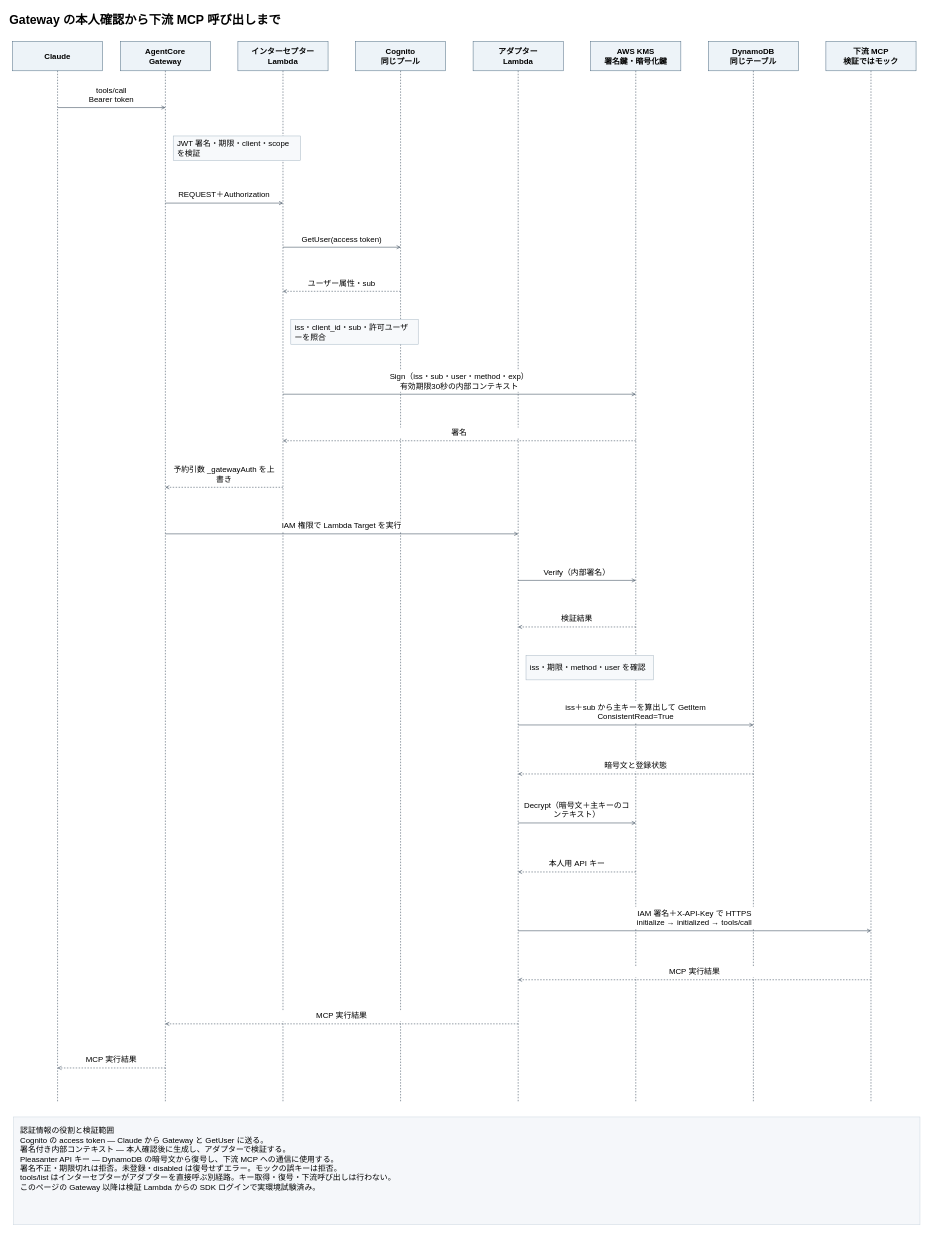
Earlier version of the draw.io diagram page "runtime" (2 of 2) of docs/images/gateway-auth-sequence.drawio (aToy0m0/probe_agentcore-pleasanter-mcp_dynamo). Source tidied: cells renumbered, new cells numbered last; positions are measured from the earlier drawing's top-left corner, leaving out a move shared by most shapes. Both pictures are drawn from the tidied source at 49%, with x=0, y=0 at pixel (8, 8).
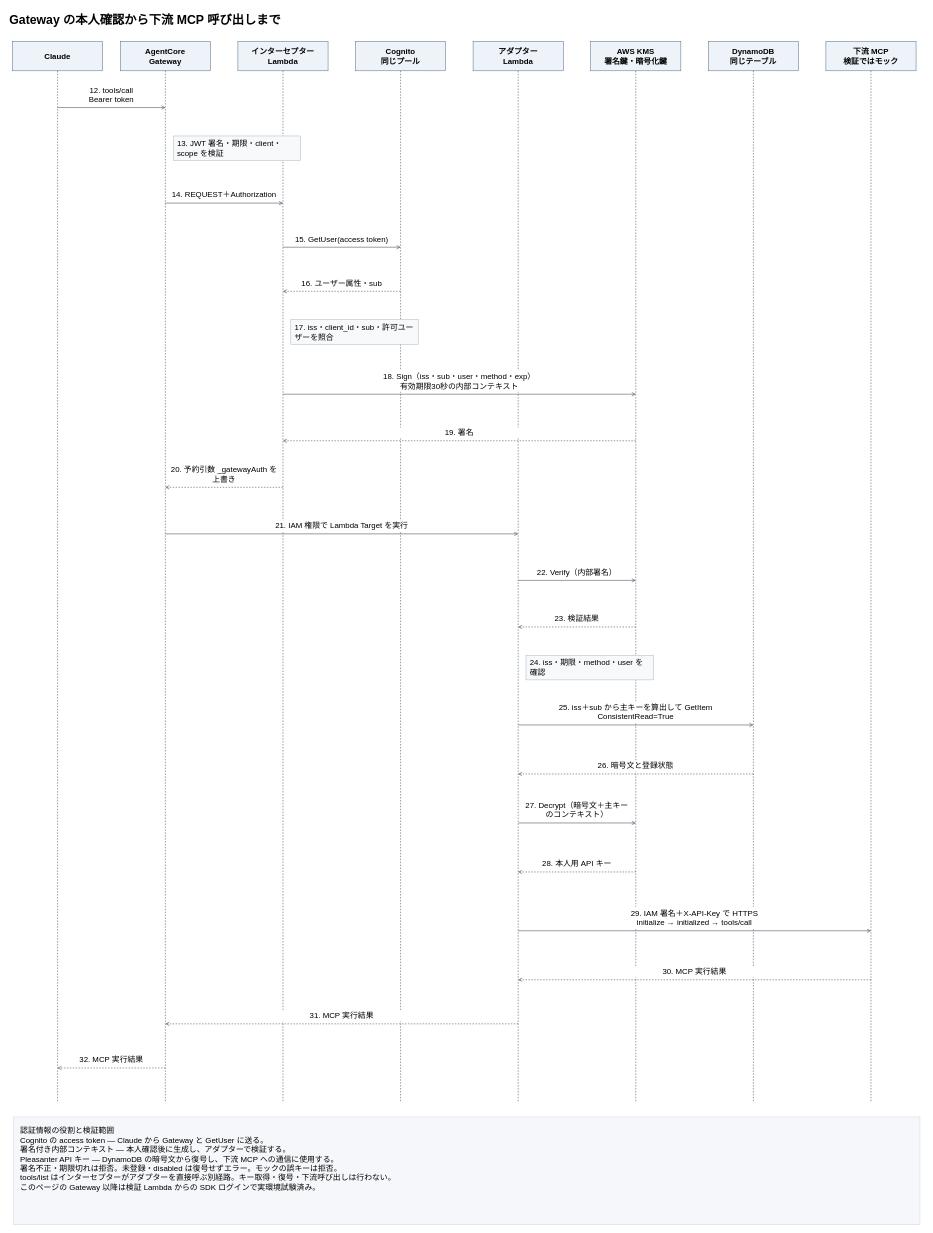
The same diagram, later.

Change to the diagram source:
```diff
@@
-    <mxCell id="20" value="tools/call&#10;Bearer token" style="fontFamily=Yu Gothic;fontSize=16;html=0;whiteSpace=wrap;strokeColor=none;fillColor=#FFFFFF;align=center;verticalAlign=bottom;" parent="1" vertex="1">
+    <mxCell id="20" value="12. tools/call&#10;Bearer token" style="fontFamily=Yu Gothic;fontSize=16;html=0;whiteSpace=wrap;strokeColor=none;fillColor=#FFFFFF;align=center;verticalAlign=bottom;" parent="1" vertex="1">
       <mxGeometry x="110" y="153" width="200" height="44" as="geometry" />
     </mxCell>
-    <mxCell id="21" value="JWT 署名・期限・client・scope を検証" style="fontFamily=Yu Gothic;fontSize=16;html=0;whiteSpace=wrap;rounded=0;strokeColor=#A5B5C3;fillColor=#F7F9FB;align=left;spacing=8;" parent="1" vertex="1">
+    <mxCell id="21" value="13. JWT 署名・期限・client・scope を検証" style="fontFamily=Yu Gothic;fontSize=16;html=0;whiteSpace=wrap;rounded=0;strokeColor=#A5B5C3;fillColor=#F7F9FB;align=left;spacing=8;" parent="1" vertex="1">
       <mxGeometry x="336" y="260" width="260" height="50" as="geometry" />
     </mxCell>
@@
-    <mxCell id="23" value="REQUEST＋Authorization" style="fontFamily=Yu Gothic;fontSize=16;html=0;whiteSpace=wrap;strokeColor=none;fillColor=#FFFFFF;align=center;verticalAlign=bottom;" parent="1" vertex="1">
+    <mxCell id="23" value="14. REQUEST＋Authorization" style="fontFamily=Yu Gothic;fontSize=16;html=0;whiteSpace=wrap;strokeColor=none;fillColor=#FFFFFF;align=center;verticalAlign=bottom;" parent="1" vertex="1">
       <mxGeometry x="330" y="370" width="220" height="22" as="geometry" />
     </mxCell>
@@
-    <mxCell id="25" value="GetUser(access token)" style="fontFamily=Yu Gothic;fontSize=16;html=0;whiteSpace=wrap;strokeColor=none;fillColor=#FFFFFF;align=center;verticalAlign=bottom;" parent="1" vertex="1">
+    <mxCell id="25" value="15. GetUser(access token)" style="fontFamily=Yu Gothic;fontSize=16;html=0;whiteSpace=wrap;strokeColor=none;fillColor=#FFFFFF;align=center;verticalAlign=bottom;" parent="1" vertex="1">
       <mxGeometry x="570" y="460" width="220" height="22" as="geometry" />
     </mxCell>
@@
-    <mxCell id="27" value="ユーザー属性・sub" style="fontFamily=Yu Gothic;fontSize=16;html=0;whiteSpace=wrap;strokeColor=none;fillColor=#FFFFFF;align=center;verticalAlign=bottom;" parent="1" vertex="1">
+    <mxCell id="27" value="16. ユーザー属性・sub" style="fontFamily=Yu Gothic;fontSize=16;html=0;whiteSpace=wrap;strokeColor=none;fillColor=#FFFFFF;align=center;verticalAlign=bottom;" parent="1" vertex="1">
       <mxGeometry x="570" y="550" width="220" height="22" as="geometry" />
     </mxCell>
-    <mxCell id="28" value="iss・client_id・sub・許可ユーザーを照合" style="fontFamily=Yu Gothic;fontSize=16;html=0;whiteSpace=wrap;rounded=0;strokeColor=#A5B5C3;fillColor=#F7F9FB;align=left;spacing=8;" parent="1" vertex="1">
+    <mxCell id="28" value="17. iss・client_id・sub・許可ユーザーを照合" style="fontFamily=Yu Gothic;fontSize=16;html=0;whiteSpace=wrap;rounded=0;strokeColor=#A5B5C3;fillColor=#F7F9FB;align=left;spacing=8;" parent="1" vertex="1">
       <mxGeometry x="576" y="635" width="260" height="50" as="geometry" />
     </mxCell>
@@
-    <mxCell id="30" value="Sign（iss・sub・user・method・exp）&#10;有効期限30秒の内部コンテキスト" style="fontFamily=Yu Gothic;fontSize=16;html=0;whiteSpace=wrap;strokeColor=none;fillColor=#FFFFFF;align=center;verticalAlign=bottom;" parent="1" vertex="1">
+    <mxCell id="30" value="18. Sign（iss・sub・user・method・exp）&#10;有効期限30秒の内部コンテキスト" style="fontFamily=Yu Gothic;fontSize=16;html=0;whiteSpace=wrap;strokeColor=none;fillColor=#FFFFFF;align=center;verticalAlign=bottom;" parent="1" vertex="1">
       <mxGeometry x="570" y="738" width="700" height="44" as="geometry" />
     </mxCell>
@@
-    <mxCell id="32" value="署名" style="fontFamily=Yu Gothic;fontSize=16;html=0;whiteSpace=wrap;strokeColor=none;fillColor=#FFFFFF;align=center;verticalAlign=bottom;" parent="1" vertex="1">
+    <mxCell id="32" value="19. 署名" style="fontFamily=Yu Gothic;fontSize=16;html=0;whiteSpace=wrap;strokeColor=none;fillColor=#FFFFFF;align=center;verticalAlign=bottom;" parent="1" vertex="1">
       <mxGeometry x="570" y="855" width="700" height="22" as="geometry" />
     </mxCell>
@@
-    <mxCell id="34" value="予約引数 _gatewayAuth を上書き" style="fontFamily=Yu Gothic;fontSize=16;html=0;whiteSpace=wrap;strokeColor=none;fillColor=#FFFFFF;align=center;verticalAlign=bottom;" parent="1" vertex="1">
+    <mxCell id="34" value="20. 予約引数 _gatewayAuth を上書き" style="fontFamily=Yu Gothic;fontSize=16;html=0;whiteSpace=wrap;strokeColor=none;fillColor=#FFFFFF;align=center;verticalAlign=bottom;" parent="1" vertex="1">
       <mxGeometry x="330" y="950" width="220" height="22" as="geometry" />
     </mxCell>
@@
-    <mxCell id="36" value="IAM 権限で Lambda Target を実行" style="fontFamily=Yu Gothic;fontSize=16;html=0;whiteSpace=wrap;strokeColor=none;fillColor=#FFFFFF;align=center;verticalAlign=bottom;" parent="1" vertex="1">
+    <mxCell id="36" value="21. IAM 権限で Lambda Target を実行" style="fontFamily=Yu Gothic;fontSize=16;html=0;whiteSpace=wrap;strokeColor=none;fillColor=#FFFFFF;align=center;verticalAlign=bottom;" parent="1" vertex="1">
       <mxGeometry x="330" y="1045" width="700" height="22" as="geometry" />
     </mxCell>
@@
-    <mxCell id="38" value="Verify（内部署名）" style="fontFamily=Yu Gothic;fontSize=16;html=0;whiteSpace=wrap;strokeColor=none;fillColor=#FFFFFF;align=center;verticalAlign=bottom;" parent="1" vertex="1">
+    <mxCell id="38" value="22. Verify（内部署名）" style="fontFamily=Yu Gothic;fontSize=16;html=0;whiteSpace=wrap;strokeColor=none;fillColor=#FFFFFF;align=center;verticalAlign=bottom;" parent="1" vertex="1">
       <mxGeometry x="1050" y="1140" width="220" height="22" as="geometry" />
     </mxCell>
@@
-    <mxCell id="40" value="検証結果" style="fontFamily=Yu Gothic;fontSize=16;html=0;whiteSpace=wrap;strokeColor=none;fillColor=#FFFFFF;align=center;verticalAlign=bottom;" parent="1" vertex="1">
+    <mxCell id="40" value="23. 検証結果" style="fontFamily=Yu Gothic;fontSize=16;html=0;whiteSpace=wrap;strokeColor=none;fillColor=#FFFFFF;align=center;verticalAlign=bottom;" parent="1" vertex="1">
       <mxGeometry x="1050" y="1235" width="220" height="22" as="geometry" />
     </mxCell>
-    <mxCell id="41" value="iss・期限・method・user を確認" style="fontFamily=Yu Gothic;fontSize=16;html=0;whiteSpace=wrap;rounded=0;strokeColor=#A5B5C3;fillColor=#F7F9FB;align=left;spacing=8;" parent="1" vertex="1">
+    <mxCell id="41" value="24. iss・期限・method・user を確認" style="fontFamily=Yu Gothic;fontSize=16;html=0;whiteSpace=wrap;rounded=0;strokeColor=#A5B5C3;fillColor=#F7F9FB;align=left;spacing=8;" parent="1" vertex="1">
       <mxGeometry x="1056" y="1320" width="260" height="50" as="geometry" />
     </mxCell>
@@
-    <mxCell id="43" value="iss＋sub から主キーを算出して GetItem&#10;ConsistentRead=True" style="fontFamily=Yu Gothic;fontSize=16;html=0;whiteSpace=wrap;strokeColor=none;fillColor=#FFFFFF;align=center;verticalAlign=bottom;" parent="1" vertex="1">
+    <mxCell id="43" value="25. iss＋sub から主キーを算出して GetItem&#10;ConsistentRead=True" style="fontFamily=Yu Gothic;fontSize=16;html=0;whiteSpace=wrap;strokeColor=none;fillColor=#FFFFFF;align=center;verticalAlign=bottom;" parent="1" vertex="1">
       <mxGeometry x="1050" y="1413" width="460" height="44" as="geometry" />
     </mxCell>
@@
-    <mxCell id="45" value="暗号文と登録状態" style="fontFamily=Yu Gothic;fontSize=16;html=0;whiteSpace=wrap;strokeColor=none;fillColor=#FFFFFF;align=center;verticalAlign=bottom;" parent="1" vertex="1">
+    <mxCell id="45" value="26. 暗号文と登録状態" style="fontFamily=Yu Gothic;fontSize=16;html=0;whiteSpace=wrap;strokeColor=none;fillColor=#FFFFFF;align=center;verticalAlign=bottom;" parent="1" vertex="1">
       <mxGeometry x="1050" y="1535" width="460" height="22" as="geometry" />
     </mxCell>
@@
-    <mxCell id="47" value="Decrypt（暗号文＋主キーのコンテキスト）" style="fontFamily=Yu Gothic;fontSize=16;html=0;whiteSpace=wrap;strokeColor=none;fillColor=#FFFFFF;align=center;verticalAlign=bottom;" parent="1" vertex="1">
+    <mxCell id="47" value="27. Decrypt（暗号文＋主キーのコンテキスト）" style="fontFamily=Yu Gothic;fontSize=16;html=0;whiteSpace=wrap;strokeColor=none;fillColor=#FFFFFF;align=center;verticalAlign=bottom;" parent="1" vertex="1">
       <mxGeometry x="1050" y="1635" width="220" height="22" as="geometry" />
     </mxCell>
@@
-    <mxCell id="49" value="本人用 API キー" style="fontFamily=Yu Gothic;fontSize=16;html=0;whiteSpace=wrap;strokeColor=none;fillColor=#FFFFFF;align=center;verticalAlign=bottom;" parent="1" vertex="1">
+    <mxCell id="49" value="28. 本人用 API キー" style="fontFamily=Yu Gothic;fontSize=16;html=0;whiteSpace=wrap;strokeColor=none;fillColor=#FFFFFF;align=center;verticalAlign=bottom;" parent="1" vertex="1">
       <mxGeometry x="1050" y="1735" width="220" height="22" as="geometry" />
     </mxCell>
@@
-    <mxCell id="51" value="IAM 署名＋X-API-Key で HTTPS&#10;initialize → initialized → tools/call" style="fontFamily=Yu Gothic;fontSize=16;html=0;whiteSpace=wrap;strokeColor=none;fillColor=#FFFFFF;align=center;verticalAlign=bottom;" parent="1" vertex="1">
+    <mxCell id="51" value="29. IAM 署名＋X-API-Key で HTTPS&#10;initialize → initialized → tools/call" style="fontFamily=Yu Gothic;fontSize=16;html=0;whiteSpace=wrap;strokeColor=none;fillColor=#FFFFFF;align=center;verticalAlign=bottom;" parent="1" vertex="1">
       <mxGeometry x="1050" y="1833" width="700" height="44" as="geometry" />
     </mxCell>
@@
-    <mxCell id="53" value="MCP 実行結果" style="fontFamily=Yu Gothic;fontSize=16;html=0;whiteSpace=wrap;strokeColor=none;fillColor=#FFFFFF;align=center;verticalAlign=bottom;" parent="1" vertex="1">
+    <mxCell id="53" value="30. MCP 実行結果" style="fontFamily=Yu Gothic;fontSize=16;html=0;whiteSpace=wrap;strokeColor=none;fillColor=#FFFFFF;align=center;verticalAlign=bottom;" parent="1" vertex="1">
       <mxGeometry x="1050" y="1955" width="700" height="22" as="geometry" />
     </mxCell>
@@
-    <mxCell id="55" value="MCP 実行結果" style="fontFamily=Yu Gothic;fontSize=16;html=0;whiteSpace=wrap;strokeColor=none;fillColor=#FFFFFF;align=center;verticalAlign=bottom;" parent="1" vertex="1">
+    <mxCell id="55" value="31. MCP 実行結果" style="fontFamily=Yu Gothic;fontSize=16;html=0;whiteSpace=wrap;strokeColor=none;fillColor=#FFFFFF;align=center;verticalAlign=bottom;" parent="1" vertex="1">
       <mxGeometry x="330" y="2045" width="700" height="22" as="geometry" />
     </mxCell>
@@
-    <mxCell id="57" value="MCP 実行結果" style="fontFamily=Yu Gothic;fontSize=16;html=0;whiteSpace=wrap;strokeColor=none;fillColor=#FFFFFF;align=center;verticalAlign=bottom;" parent="1" vertex="1">
+    <mxCell id="57" value="32. MCP 実行結果" style="fontFamily=Yu Gothic;fontSize=16;html=0;whiteSpace=wrap;strokeColor=none;fillColor=#FFFFFF;align=center;verticalAlign=bottom;" parent="1" vertex="1">
       <mxGeometry x="110" y="2135" width="200" height="22" as="geometry" />
     </mxCell>
```
